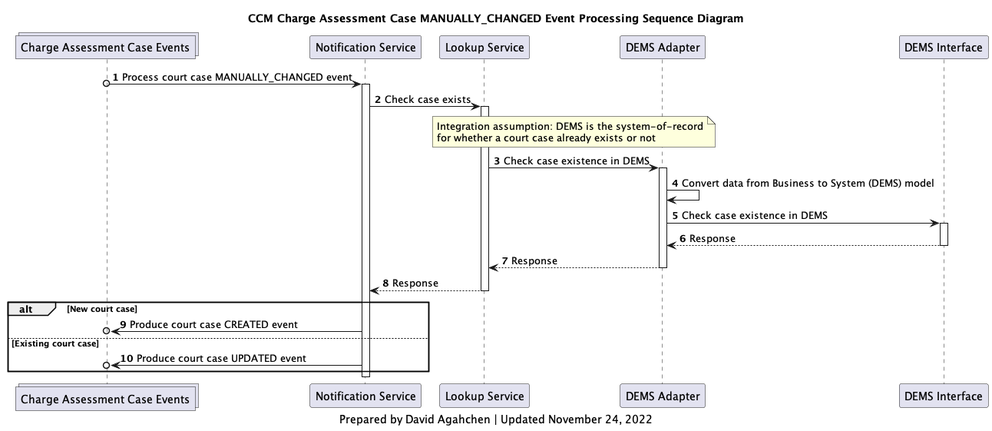
The PlantUML diagram diagrams/img/ccm_charge_assessment_case_manually_changed_processing_sequence_diagram.png in bcgov/jpss-jade-ccm, before a commit.
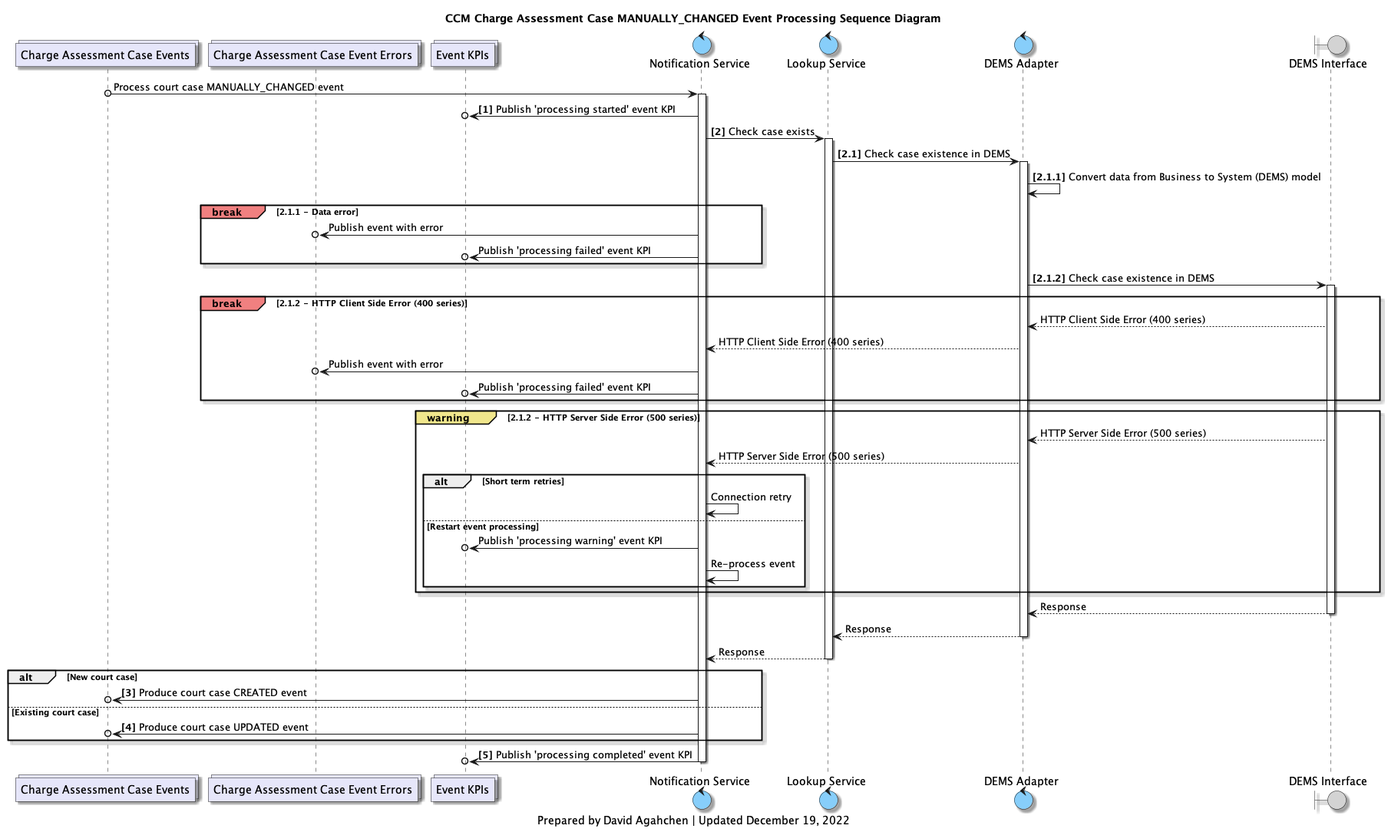
The same diagram one commit later.

Change to the diagram source:
```diff
@@ -1,30 +1,63 @@
 @startuml
 
+skinparam Shadowing true
+skinparam CollectionsBackgroundColor Lavender
+skinparam ControlBackgroundColor LightSkyBlue
+skinparam BoundaryBackgroundColor LightGrey
+
+
+
 collections charge_assessment_cases_topic as "Charge Assessment Case Events"
-participant notification_service as "Notification Service"
-participant lookup_service as "Lookup Service"
-participant d_adapter as "DEMS Adapter"
-participant d_interface as "DEMS Interface"
+collections errors_topic as "Charge Assessment Case Event Errors"
+collections kpis_topic as "Event KPIs"
+control notification_service as "Notification Service"
+control lookup_service as "Lookup Service"
+control d_adapter as "DEMS Adapter"
+boundary d_interface as "DEMS Interface"
 
 title
 CCM Charge Assessment Case MANUALLY_CHANGED Event Processing Sequence Diagram
 end title
 
-autonumber
-
 charge_assessment_cases_topic o-> notification_service: Process court case MANUALLY_CHANGED event
 activate notification_service
-notification_service -> lookup_service: Check case exists
+
+notification_service ->o kpis_topic: **[1]** Publish 'processing started' event KPI
+
+notification_service -> lookup_service: **[2]** Check case exists
 activate lookup_service
-note over lookup_service, d_adapter
-Integration assumption: DEMS is the system-of-record
-for whether a court case already exists or not
-end note
-lookup_service -> d_adapter: Check case existence in DEMS
+
+lookup_service -> d_adapter: **[2.1]** Check case existence in DEMS
 activate d_adapter
-d_adapter -> d_adapter: Convert data from Business to System (DEMS) model
-d_adapter -> d_interface: Check case existence in DEMS
+d_adapter -> d_adapter: **[2.1.1]** Convert data from Business to System (DEMS) model
+
+
+break#LightCoral 2.1.1 - Data error
+    notification_service ->o errors_topic: Publish event with error
+    notification_service ->o kpis_topic: Publish 'processing failed' event KPI
+end break
+
+d_adapter -> d_interface: **[2.1.2]** Check case existence in DEMS
 activate d_interface
+
+break#LightCoral 2.1.2 - HTTP Client Side Error (400 series)
+    d_interface --> d_adapter: HTTP Client Side Error (400 series)
+    d_adapter --> notification_service: HTTP Client Side Error (400 series)
+    notification_service ->o errors_topic: Publish event with error
+    notification_service ->o kpis_topic: Publish 'processing failed' event KPI
+end break
+
+group#Khaki warning [2.1.2 - HTTP Server Side Error (500 series)]
+    d_interface --> d_adapter: HTTP Server Side Error (500 series)
+    d_adapter --> notification_service: HTTP Server Side Error (500 series)
+    alt Short term retries
+        notification_service -> notification_service: Connection retry
+    else Restart event processing
+        notification_service ->o kpis_topic: Publish 'processing warning' event KPI
+        notification_service -> notification_service: Re-process event
+    end
+end group
+
 d_interface --> d_adapter: Response
 deactivate d_interface
 d_adapter --> lookup_service: Response
@@ -32,13 +65,16 @@
 lookup_service --> notification_service: Response
 deactivate lookup_service
 alt New court case
-    notification_service ->o charge_assessment_cases_topic: Produce court case CREATED event
+    notification_service ->o charge_assessment_cases_topic: **[3]** Produce court case CREATED event
 else Existing court case
-    notification_service ->o charge_assessment_cases_topic: Produce court case UPDATED event
+    notification_service ->o charge_assessment_cases_topic: **[4]** Produce court case UPDATED event
 end
+
+notification_service ->o kpis_topic: **[5]** Publish 'processing completed' event KPI
+
 deactivate notification_service
 
 caption
-Prepared by David Agahchen | Updated November 24, 2022
+Prepared by David Agahchen | Updated December 19, 2022
 end caption
 @enduml
```
